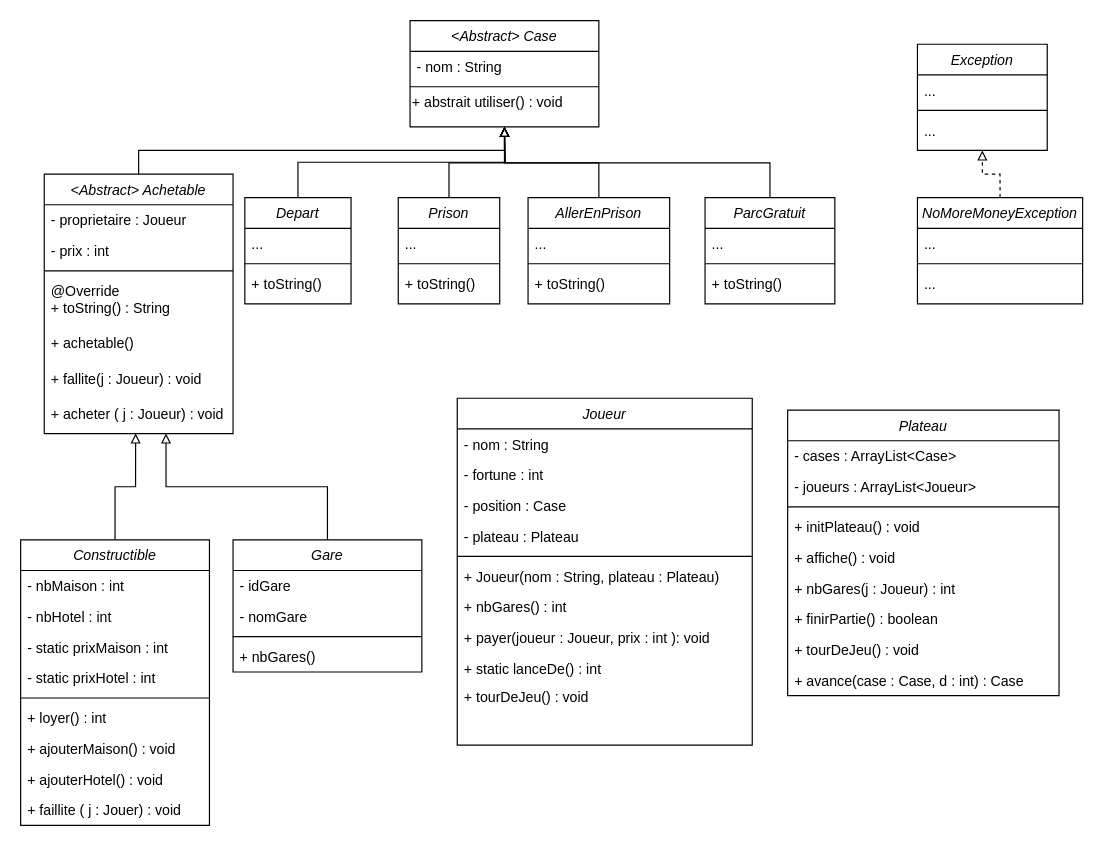
hydrielax/monopoly keeps this draw.io diagram as UML_monopoly.drawio. Above is the earlier version. Source tidied: cells renumbered, new cells numbered last; positions are measured from the earlier drawing's top-left corner, leaving out a move shared by most shapes. Both pictures are drawn from the tidied source at 118%, with x=0, y=0 at pixel (20, 20).
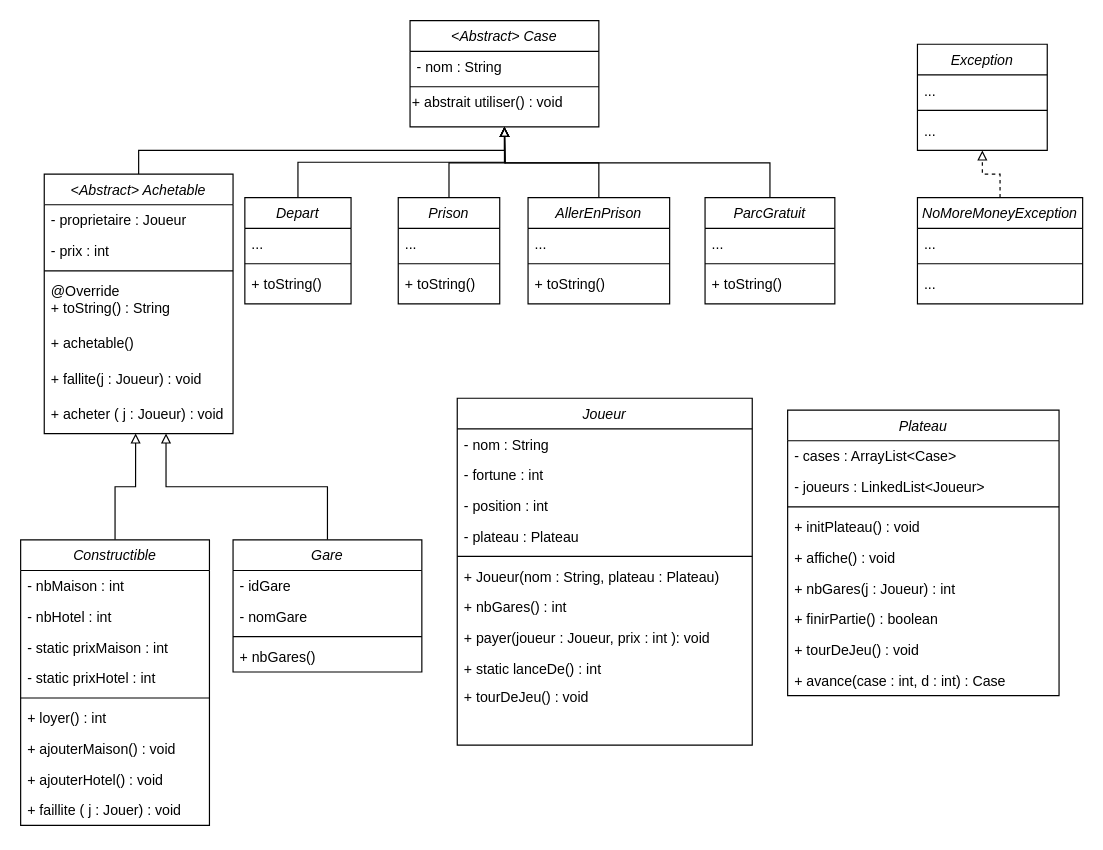
The same diagram, later.

Unchanged cells that the change refers to:
```xml
<mxCell id="12" value="Plateau" style="swimlane;fontStyle=2;align=center;verticalAlign=top;horizontal=1;startSize=26;rounded=0;shadow=0;strokeWidth=1;" parent="1" vertex="1">
  <mxGeometry x="650" y="330" width="230" height="242" as="geometry" />
</mxCell>
<mxCell id="22" value="Joueur" style="swimlane;fontStyle=2;align=center;verticalAlign=top;horizontal=1;startSize=26;rounded=0;shadow=0;strokeWidth=1;" parent="1" vertex="1">
  <mxGeometry x="370" y="320" width="250" height="294" as="geometry" />
</mxCell>
```

Diff of the diagram source:
```diff
@@
-    <mxCell id="14" value="- joueurs : ArrayList&lt;Joueur&gt;" style="text;align=left;verticalAlign=top;spacingLeft=4;spacingRight=4;overflow=hidden;rounded=0;shadow=0;html=0;" parent="12" vertex="1">
+    <mxCell id="14" value="- joueurs : LinkedList&lt;Joueur&gt;" style="text;align=left;verticalAlign=top;spacingLeft=4;spacingRight=4;overflow=hidden;rounded=0;shadow=0;html=0;" parent="12" vertex="1">
       <mxGeometry y="52" width="230" height="26" as="geometry" />
     </mxCell>
@@
-    <mxCell id="21" value="+ avance(case : Case, d : int) : Case" style="text;align=left;verticalAlign=top;spacingLeft=4;spacingRight=4;overflow=hidden;" parent="12" vertex="1">
+    <mxCell id="21" value="+ avance(case : int, d : int) : Case" style="text;align=left;verticalAlign=top;spacingLeft=4;spacingRight=4;overflow=hidden;" parent="12" vertex="1">
       <mxGeometry y="216" width="230" height="26" as="geometry" />
     </mxCell>
@@
-    <mxCell id="25" value="- position : Case" style="text;align=left;verticalAlign=top;spacingLeft=4;spacingRight=4;overflow=hidden;rounded=0;shadow=0;html=0;" parent="22" vertex="1">
+    <mxCell id="25" value="- position : int" style="text;align=left;verticalAlign=top;spacingLeft=4;spacingRight=4;overflow=hidden;rounded=0;shadow=0;html=0;" parent="22" vertex="1">
       <mxGeometry y="78" width="250" height="26" as="geometry" />
     </mxCell>
```
